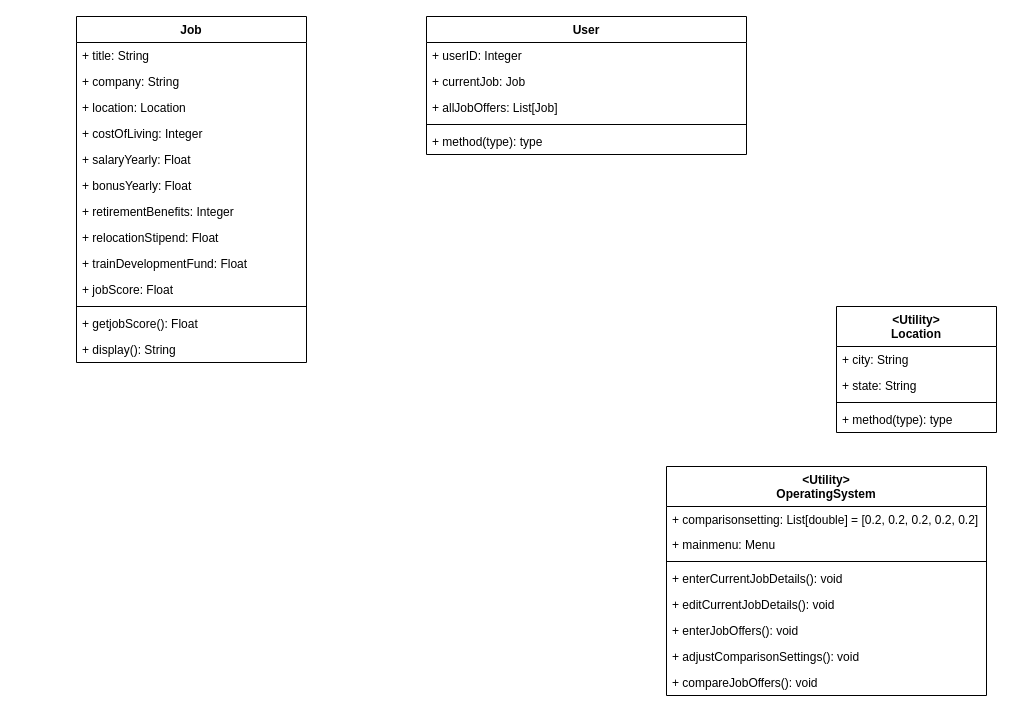
Tao-Li/test keeps this draw.io diagram as design.drawio. Above is the earlier version. Source tidied: cells renumbered, new cells numbered last; positions are measured from the earlier drawing's top-left corner, leaving out a move shared by most shapes. Both pictures are drawn from the tidied source at 100%, with x=0, y=0 at pixel (76, 16).
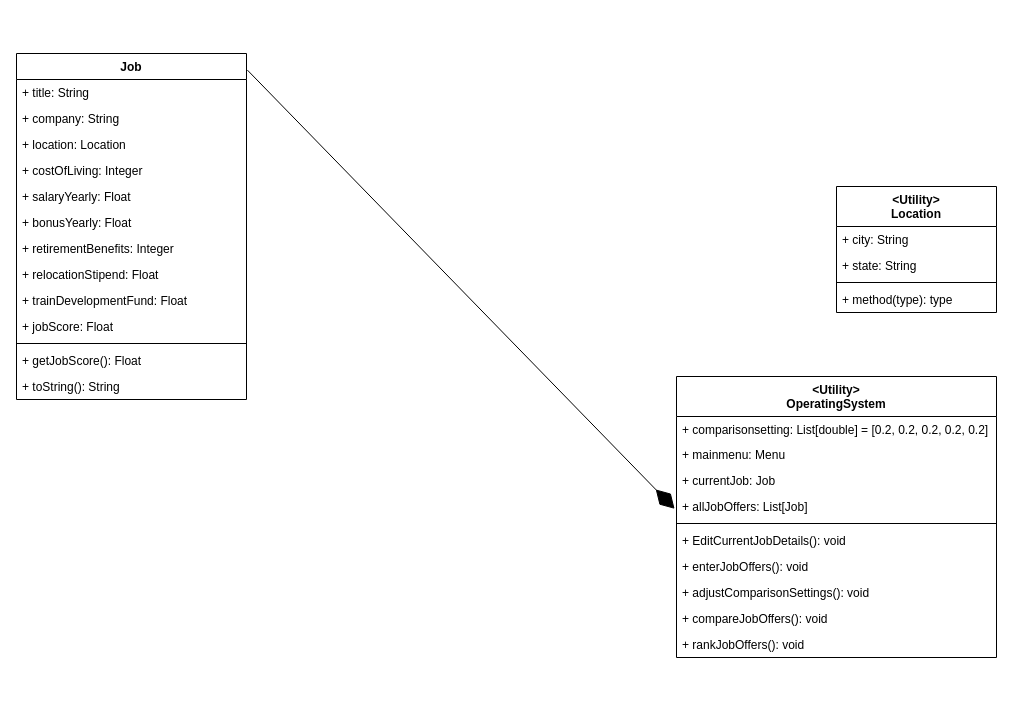
After the change.

The edit, as a diff of the source:
```diff
@@
     <mxCell id="2" value="&lt;Utility&gt; &#10;OperatingSystem" style="swimlane;fontStyle=1;align=center;verticalAlign=top;horizontal=1;startSize=40;" parent="1" vertex="1">
-      <mxGeometry x="590" y="450" width="320" height="229" as="geometry" />
+      <mxGeometry x="600" y="360" width="320" height="281" as="geometry" />
     </mxCell>
@@
+    <mxCell id="18" value="+ currentJob: Job" style="text;strokeColor=none;fillColor=none;align=left;verticalAlign=top;spacingLeft=4;spacingRight=4;overflow=hidden;" parent="2" vertex="1">
+      <mxGeometry y="91" width="320" height="26" as="geometry" />
+    </mxCell>
+    <mxCell id="19" value="+ allJobOffers: List[Job]" style="text;strokeColor=none;fillColor=none;align=left;verticalAlign=top;spacingLeft=4;spacingRight=4;overflow=hidden;points=[[0,0.5],[1,0.5]];portConstraint=eastwest;" parent="2" vertex="1">
+      <mxGeometry y="117" width="320" height="26" as="geometry" />
+    </mxCell>
     <mxCell id="5" style="line;strokeWidth=1;fillColor=none;align=left;verticalAlign=middle;spacingTop=-1;spacingLeft=3;spacingRight=3;labelPosition=right;" parent="2" vertex="1">
-      <mxGeometry y="91" width="320" height="8" as="geometry" />
+      <mxGeometry y="143" width="320" height="8" as="geometry" />
     </mxCell>
-    <mxCell id="6" value="+ enterCurrentJobDetails(): void&#10;" style="text;strokeColor=none;fillColor=none;align=left;verticalAlign=top;spacingLeft=4;spacingRight=4;overflow=hidden;" parent="2" vertex="1">
-      <mxGeometry y="99" width="320" height="26" as="geometry" />
+    <mxCell id="6" value="+ EditCurrentJobDetails(): void&#10;" style="text;strokeColor=none;fillColor=none;align=left;verticalAlign=top;spacingLeft=4;spacingRight=4;overflow=hidden;" parent="2" vertex="1">
+      <mxGeometry y="151" width="320" height="26" as="geometry" />
     </mxCell>
-    <mxCell id="7" value="+ editCurrentJobDetails(): void&#10;" style="text;strokeColor=none;fillColor=none;align=left;verticalAlign=top;spacingLeft=4;spacingRight=4;overflow=hidden;" parent="2" vertex="1">
-      <mxGeometry y="125" width="320" height="26" as="geometry" />
-    </mxCell>
     <mxCell id="8" value="+ enterJobOffers(): void&#10;" style="text;strokeColor=none;fillColor=none;align=left;verticalAlign=top;spacingLeft=4;spacingRight=4;overflow=hidden;" parent="2" vertex="1">
-      <mxGeometry y="151" width="320" height="26" as="geometry" />
+      <mxGeometry y="177" width="320" height="26" as="geometry" />
     </mxCell>
     <mxCell id="9" value="+ adjustComparisonSettings(): void&#10;" style="text;strokeColor=none;fillColor=none;align=left;verticalAlign=top;spacingLeft=4;spacingRight=4;overflow=hidden;" parent="2" vertex="1">
-      <mxGeometry y="177" width="320" height="26" as="geometry" />
+      <mxGeometry y="203" width="320" height="26" as="geometry" />
     </mxCell>
     <mxCell id="10" value="+ compareJobOffers(): void&#10;" style="text;strokeColor=none;fillColor=none;align=left;verticalAlign=top;spacingLeft=4;spacingRight=4;overflow=hidden;" parent="2" vertex="1">
-      <mxGeometry y="203" width="320" height="26" as="geometry" />
+      <mxGeometry y="229" width="320" height="26" as="geometry" />
     </mxCell>
+    <mxCell id="36" value="+ rankJobOffers(): void" style="text;strokeColor=none;fillColor=none;align=left;verticalAlign=top;spacingLeft=4;spacingRight=4;overflow=hidden;" parent="2" vertex="1">
+      <mxGeometry y="255" width="320" height="26" as="geometry" />
+    </mxCell>
     <mxCell id="11" value="&lt;Utility&gt; &#10;Location" style="swimlane;fontStyle=1;align=center;verticalAlign=top;horizontal=1;startSize=40;" parent="1" vertex="1">
-      <mxGeometry x="760" y="290" width="160" height="126" as="geometry" />
+      <mxGeometry x="760" y="170" width="160" height="126" as="geometry" />
     </mxCell>
@@
-    <mxCell id="16" value="User" style="swimlane;fontStyle=1;align=center;verticalAlign=top;horizontal=1;startSize=26;" parent="1" vertex="1">
-      <mxGeometry x="350" width="320" height="138" as="geometry" />
-    </mxCell>
-    <mxCell id="17" value="+ userID: Integer" style="text;strokeColor=none;fillColor=none;align=left;verticalAlign=top;spacingLeft=4;spacingRight=4;overflow=hidden;" parent="16" vertex="1">
-      <mxGeometry y="26" width="320" height="26" as="geometry" />
-    </mxCell>
-    <mxCell id="18" value="+ currentJob: Job" style="text;strokeColor=none;fillColor=none;align=left;verticalAlign=top;spacingLeft=4;spacingRight=4;overflow=hidden;" parent="16" vertex="1">
-      <mxGeometry y="52" width="320" height="26" as="geometry" />
-    </mxCell>
-    <mxCell id="19" value="+ allJobOffers: List[Job]" style="text;strokeColor=none;fillColor=none;align=left;verticalAlign=top;spacingLeft=4;spacingRight=4;overflow=hidden;points=[[0,0.5],[1,0.5]];portConstraint=eastwest;" parent="16" vertex="1">
-      <mxGeometry y="78" width="320" height="26" as="geometry" />
-    </mxCell>
-    <mxCell id="20" style="line;strokeWidth=1;fillColor=none;align=left;verticalAlign=middle;spacingTop=-1;spacingLeft=3;spacingRight=3;labelPosition=right;" parent="16" vertex="1">
-      <mxGeometry y="104" width="320" height="8" as="geometry" />
-    </mxCell>
-    <mxCell id="21" value="+ method(type): type" style="text;strokeColor=none;fillColor=none;align=left;verticalAlign=top;spacingLeft=4;spacingRight=4;overflow=hidden;" parent="16" vertex="1">
-      <mxGeometry y="112" width="320" height="26" as="geometry" />
-    </mxCell>
     <mxCell id="22" value="Job" style="swimlane;fontStyle=1;align=center;verticalAlign=top;horizontal=1;startSize=26;" parent="1" vertex="1">
-      <mxGeometry width="230" height="346" as="geometry" />
+      <mxGeometry x="-60" y="37" width="230" height="346" as="geometry" />
     </mxCell>
@@
-    <mxCell id="34" value="+ getjobScore(): Float" style="text;strokeColor=none;fillColor=none;align=left;verticalAlign=top;spacingLeft=4;spacingRight=4;overflow=hidden;" parent="22" vertex="1">
+    <mxCell id="34" value="+ getJobScore(): Float" style="text;strokeColor=none;fillColor=none;align=left;verticalAlign=top;spacingLeft=4;spacingRight=4;overflow=hidden;" parent="22" vertex="1">
       <mxGeometry y="294" width="230" height="26" as="geometry" />
     </mxCell>
-    <mxCell id="35" value="+ display(): String" style="text;strokeColor=none;fillColor=none;align=left;verticalAlign=top;spacingLeft=4;spacingRight=4;overflow=hidden;" parent="22" vertex="1">
+    <mxCell id="35" value="+ toString(): String" style="text;strokeColor=none;fillColor=none;align=left;verticalAlign=top;spacingLeft=4;spacingRight=4;overflow=hidden;" parent="22" vertex="1">
       <mxGeometry y="320" width="230" height="26" as="geometry" />
     </mxCell>
+    <mxCell id="37" style="endArrow=diamondThin;endFill=1;endSize=24;html=1;rounded=0;exitX=1.004;exitY=0.048;exitDx=0;exitDy=0;exitPerimeter=0;entryX=-0.006;entryY=0.588;entryDx=0;entryDy=0;entryPerimeter=0;" parent="1" edge="1" source="22" target="19">
+      <mxGeometry relative="1" as="geometry" />
+    </mxCell>
```
